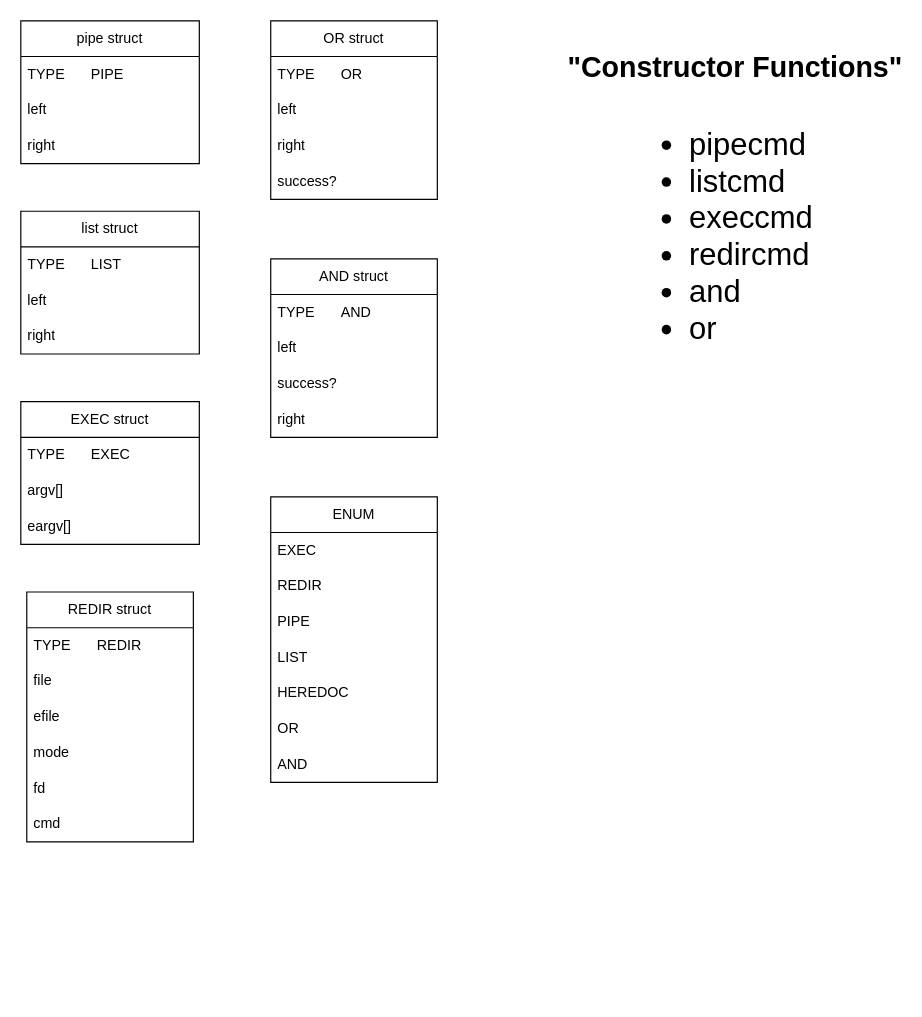
Earlier version of the draw.io diagram page "pipe struct" (5 of 8) of minishell.drawio (0bvim/minishell). Source tidied: cells renumbered, new cells numbered last; positions are measured from the earlier drawing's top-left corner, leaving out a move shared by most shapes. Both pictures are drawn from the tidied source at 119%, with x=0, y=0 at pixel (20, 20).
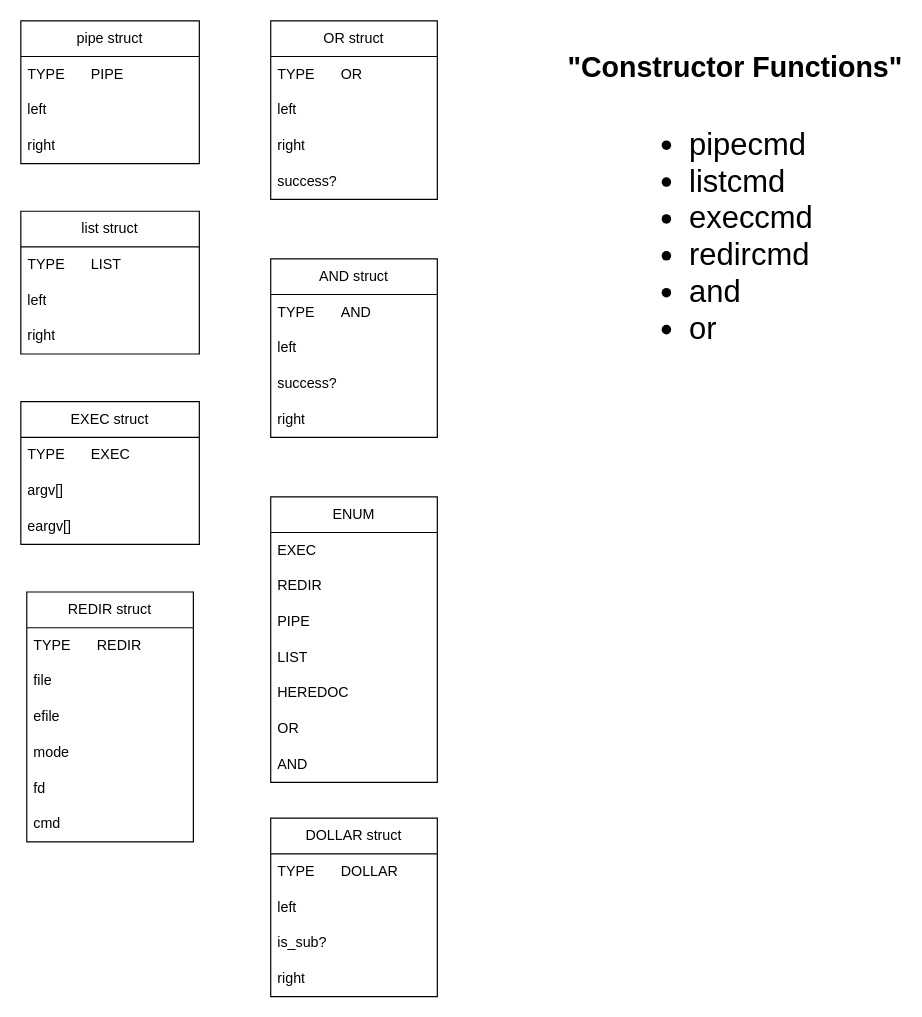
The same diagram, later.

Diff of the diagram source:
```diff
@@
+    <mxCell id="41" value="DOLLAR struct" style="swimlane;fontStyle=0;horizontal=1;startSize=30;whiteSpace=wrap;html=1;" parent="1" vertex="1">
+      <mxGeometry x="210" y="670" width="140" height="150" as="geometry" />
+    </mxCell>
+    <mxCell id="42" value="TYPE&lt;span style=&quot;white-space: pre;&quot;&gt;&#9;&lt;/span&gt;DOLLAR" style="text;strokeColor=none;fillColor=none;align=left;verticalAlign=middle;spacingLeft=4;spacingRight=4;overflow=hidden;whiteSpace=wrap;html=1;" parent="41" vertex="1">
+      <mxGeometry y="30" width="140" height="30" as="geometry" />
+    </mxCell>
+    <mxCell id="43" value="left" style="text;strokeColor=none;fillColor=none;align=left;verticalAlign=middle;spacingLeft=4;spacingRight=4;overflow=hidden;whiteSpace=wrap;html=1;" parent="41" vertex="1">
+      <mxGeometry y="60" width="140" height="30" as="geometry" />
+    </mxCell>
+    <mxCell id="44" value="is_sub?" style="text;strokeColor=none;fillColor=none;align=left;verticalAlign=middle;spacingLeft=4;spacingRight=4;overflow=hidden;whiteSpace=wrap;html=1;" parent="41" vertex="1">
+      <mxGeometry y="90" width="140" height="30" as="geometry" />
+    </mxCell>
+    <mxCell id="45" value="right" style="text;strokeColor=none;fillColor=none;align=left;verticalAlign=middle;spacingLeft=4;spacingRight=4;overflow=hidden;whiteSpace=wrap;html=1;" parent="41" vertex="1">
+      <mxGeometry y="120" width="140" height="30" as="geometry" />
+    </mxCell>
```
